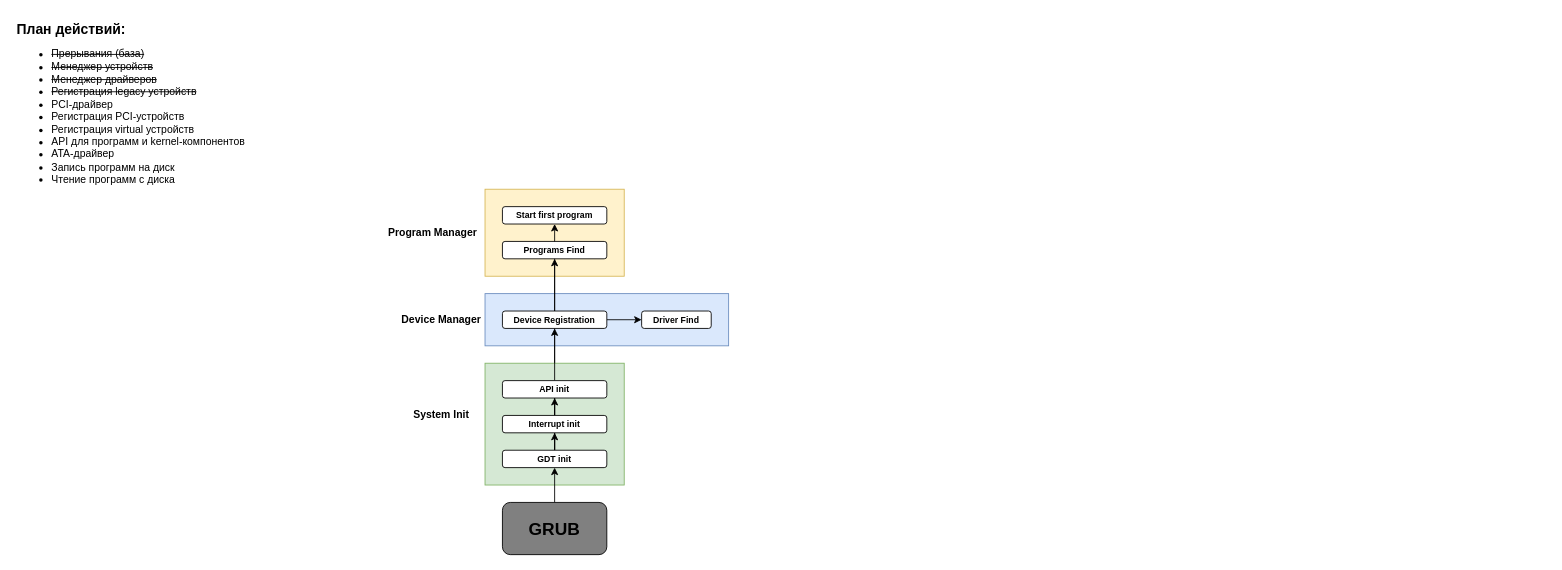
Earlier version of the draw.io diagram page "Page-1" (1 of 2) of docs/arch.drawio (igmunv/ponos). Source tidied: cells renumbered, new cells numbered last; positions are measured from the earlier drawing's top-left corner, leaving out a move shared by most shapes. Both pictures are drawn from the tidied source at 87%, with x=0, y=0 at pixel (15, 15).
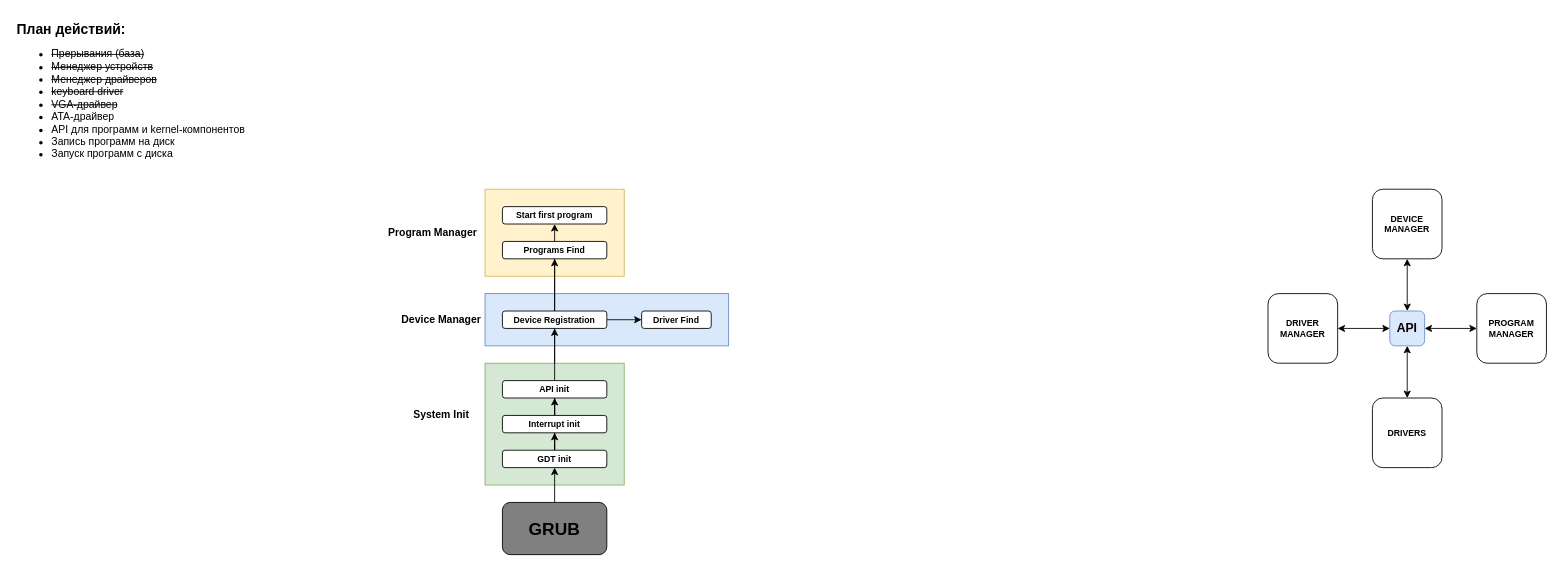
After the change.

Diff of the diagram source:
```diff
@@
-    <mxCell id="6" value="&lt;b&gt;&lt;font style=&quot;font-size: 16px;&quot;&gt;План действий:&lt;/font&gt;&lt;/b&gt;&lt;div&gt;&lt;ul&gt;&lt;li&gt;&lt;strike&gt;Прерывания (база)&lt;/strike&gt;&lt;/li&gt;&lt;li&gt;&lt;strike&gt;Менеджер устройств&lt;/strike&gt;&lt;/li&gt;&lt;li&gt;&lt;strike&gt;Менеджер драйверов&lt;/strike&gt;&lt;/li&gt;&lt;li&gt;&lt;strike&gt;Регистрация legacy устройств&lt;/strike&gt;&lt;/li&gt;&lt;li&gt;PCI-драйвер&lt;/li&gt;&lt;li&gt;Регистрация PCI-устройств&lt;/li&gt;&lt;li&gt;Регистрация virtual устройств&lt;/li&gt;&lt;li&gt;API для программ и kernel-компонентов&lt;/li&gt;&lt;li&gt;ATA-драйвер&lt;/li&gt;&lt;li&gt;Запись программ на диск&lt;/li&gt;&lt;li&gt;Чтение программ с диска&lt;/li&gt;&lt;/ul&gt;&lt;/div&gt;" style="text;html=1;whiteSpace=wrap;strokeColor=none;fillColor=none;align=left;verticalAlign=top;rounded=0;" parent="1" vertex="1">
+    <mxCell id="6" value="&lt;b&gt;&lt;font style=&quot;font-size: 16px;&quot;&gt;План действий:&lt;/font&gt;&lt;/b&gt;&lt;div&gt;&lt;ul&gt;&lt;li&gt;&lt;strike&gt;Прерывания (база)&lt;/strike&gt;&lt;/li&gt;&lt;li&gt;&lt;strike&gt;Менеджер устройств&lt;/strike&gt;&lt;/li&gt;&lt;li&gt;&lt;strike&gt;Менеджер драйверов&lt;/strike&gt;&lt;/li&gt;&lt;li&gt;&lt;strike&gt;keyboard driver&lt;/strike&gt;&lt;/li&gt;&lt;li&gt;&lt;strike&gt;VGA-драйвер&lt;/strike&gt;&lt;/li&gt;&lt;li&gt;ATA-драйвер&lt;/li&gt;&lt;li&gt;&lt;span style=&quot;background-color: transparent; color: light-dark(rgb(0, 0, 0), rgb(255, 255, 255));&quot;&gt;API для программ и kernel-компонентов&lt;/span&gt;&lt;/li&gt;&lt;li&gt;&lt;span style=&quot;background-color: transparent; color: light-dark(rgb(0, 0, 0), rgb(255, 255, 255));&quot;&gt;Запись программ на диск&lt;/span&gt;&lt;/li&gt;&lt;li&gt;Запуск программ с диска&lt;/li&gt;&lt;/ul&gt;&lt;/div&gt;" style="text;html=1;whiteSpace=wrap;strokeColor=none;fillColor=none;align=left;verticalAlign=top;rounded=0;" parent="1" vertex="1">
       <mxGeometry width="290" height="220" as="geometry" />
     </mxCell>
@@
+    <mxCell id="24" style="edgeStyle=orthogonalEdgeStyle;rounded=0;jettySize=auto;html=1;entryX=0.5;entryY=1;entryDx=0;entryDy=0;startArrow=classic;startFill=1;" parent="1" edge="1" source="25" target="32">
+      <mxGeometry relative="1" as="geometry" />
+    </mxCell>
+    <mxCell id="25" value="&lt;b&gt;DRIVERS&lt;/b&gt;" style="rounded=1;whiteSpace=wrap;html=1;fontSize=10;" parent="1" vertex="1">
+      <mxGeometry x="1560" y="440" width="80" height="80" as="geometry" />
+    </mxCell>
+    <mxCell id="26" style="edgeStyle=orthogonalEdgeStyle;rounded=0;jettySize=auto;html=1;entryX=0;entryY=0.5;entryDx=0;entryDy=0;startArrow=classic;startFill=1;" parent="1" edge="1" source="27" target="32">
+      <mxGeometry relative="1" as="geometry" />
+    </mxCell>
+    <mxCell id="27" value="&lt;b&gt;DRIVER MANAGER&lt;/b&gt;" style="rounded=1;whiteSpace=wrap;html=1;fontSize=10;" parent="1" vertex="1">
+      <mxGeometry x="1440" y="320" width="80" height="80" as="geometry" />
+    </mxCell>
+    <mxCell id="28" style="edgeStyle=orthogonalEdgeStyle;rounded=0;jettySize=auto;html=1;entryX=0.5;entryY=0;entryDx=0;entryDy=0;startArrow=classic;startFill=1;" parent="1" edge="1" source="29" target="32">
+      <mxGeometry relative="1" as="geometry" />
+    </mxCell>
+    <mxCell id="29" value="&lt;b&gt;DEVICE MANAGER&lt;/b&gt;" style="rounded=1;whiteSpace=wrap;html=1;fontSize=10;" parent="1" vertex="1">
+      <mxGeometry x="1560" y="200" width="80" height="80" as="geometry" />
+    </mxCell>
+    <mxCell id="30" style="edgeStyle=orthogonalEdgeStyle;rounded=0;jettySize=auto;html=1;entryX=1;entryY=0.5;entryDx=0;entryDy=0;startArrow=classic;startFill=1;" parent="1" edge="1" source="31" target="32">
+      <mxGeometry relative="1" as="geometry" />
+    </mxCell>
+    <mxCell id="31" value="&lt;b&gt;PROGRAM MANAGER&lt;/b&gt;" style="rounded=1;whiteSpace=wrap;html=1;fontSize=10;" parent="1" vertex="1">
+      <mxGeometry x="1680" y="320" width="80" height="80" as="geometry" />
+    </mxCell>
+    <mxCell id="32" value="&lt;b&gt;&lt;font style=&quot;font-size: 14px;&quot;&gt;API&lt;/font&gt;&lt;/b&gt;" style="rounded=1;whiteSpace=wrap;html=1;fontSize=10;fillColor=#dae8fc;strokeColor=#6c8ebf;" parent="1" vertex="1">
+      <mxGeometry x="1580" y="340" width="40" height="40" as="geometry" />
+    </mxCell>
```
